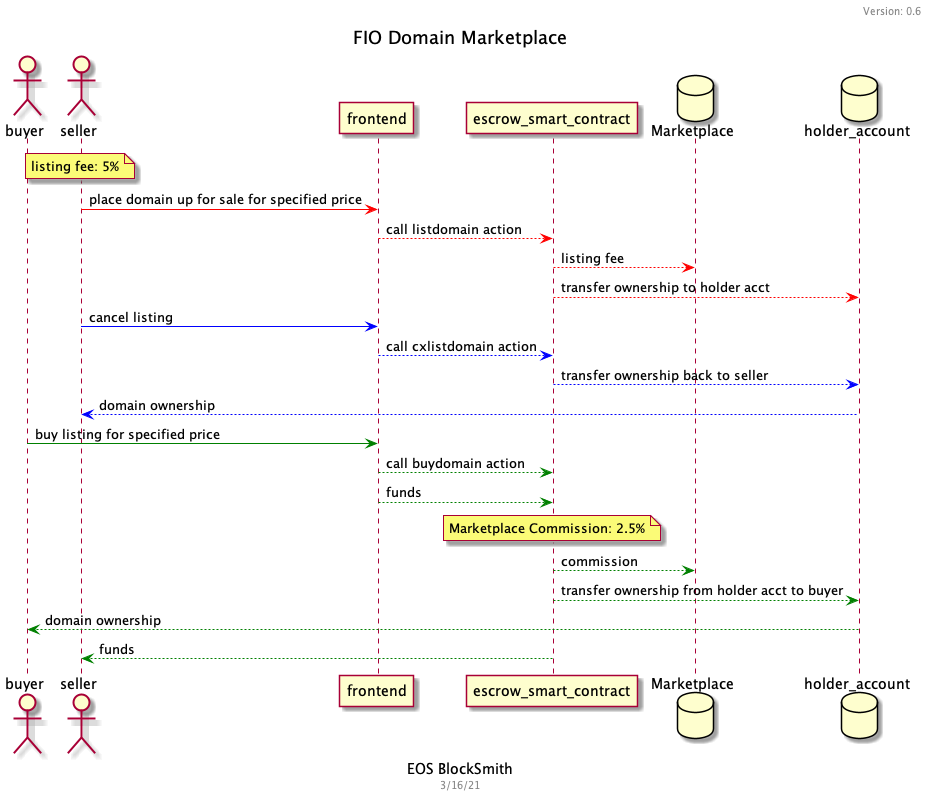
Earlier version of the PlantUML export FIO Domain Marketplace.png (iwill610/FDM_UMLsd).
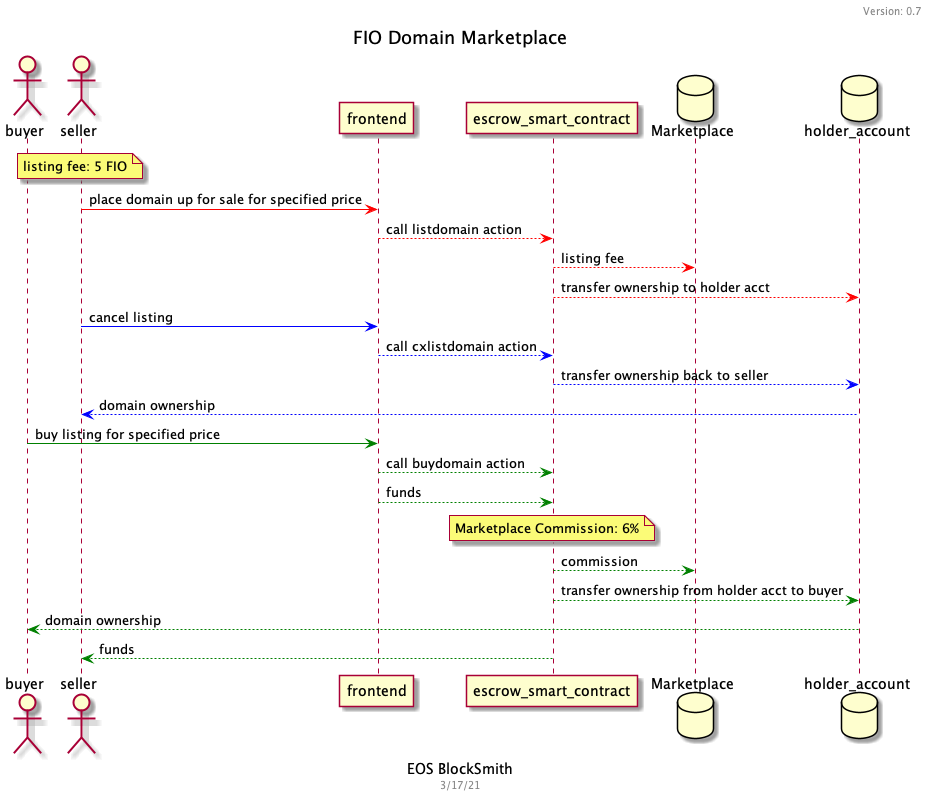
Above is the later version.

What changed in the source:
```diff
@@ -3,9 +3,9 @@
 
 
 Title FIO Domain Marketplace
-header Version: 0.6
+header Version: 0.7
 caption EOS BlockSmith
-footer 3/16/21
+footer 3/17/21
 
 actor buyer
 actor seller
@@ -14,7 +14,7 @@
 database Marketplace as mp
 database holder_account as acct2
 
-note over seller: listing fee: 5%
+note over seller: listing fee: 5 FIO
 
 seller -[#Red]> frontend: place domain up for sale for specified price
 
@@ -36,7 +36,7 @@
 frontend -[#Green]-> sc: call buydomain action
 
 frontend -[#Green]-> sc: funds
-note over sc: Marketplace Commission: 2.5%
+note over sc: Marketplace Commission: 6%
 
 sc -[#Green]-> mp: commission
 
```
